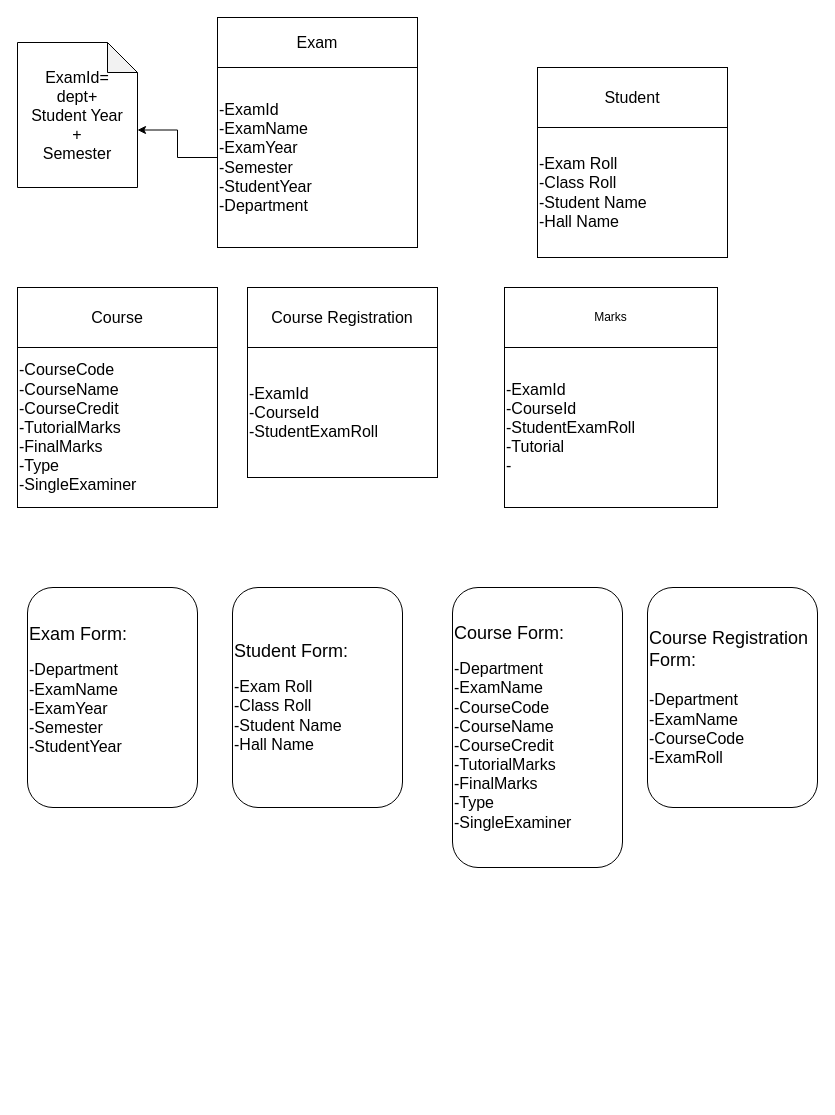
This is Untitled Diagram.drawio from Taher-Irfan/Algorithms, a draw.io file, before an edit. Source tidied: cells renumbered, new cells numbered last; positions are measured from the earlier drawing's top-left corner, leaving out a move shared by most shapes. Both pictures are drawn from the tidied source at 100%, with x=0, y=0 at pixel (17, 17).
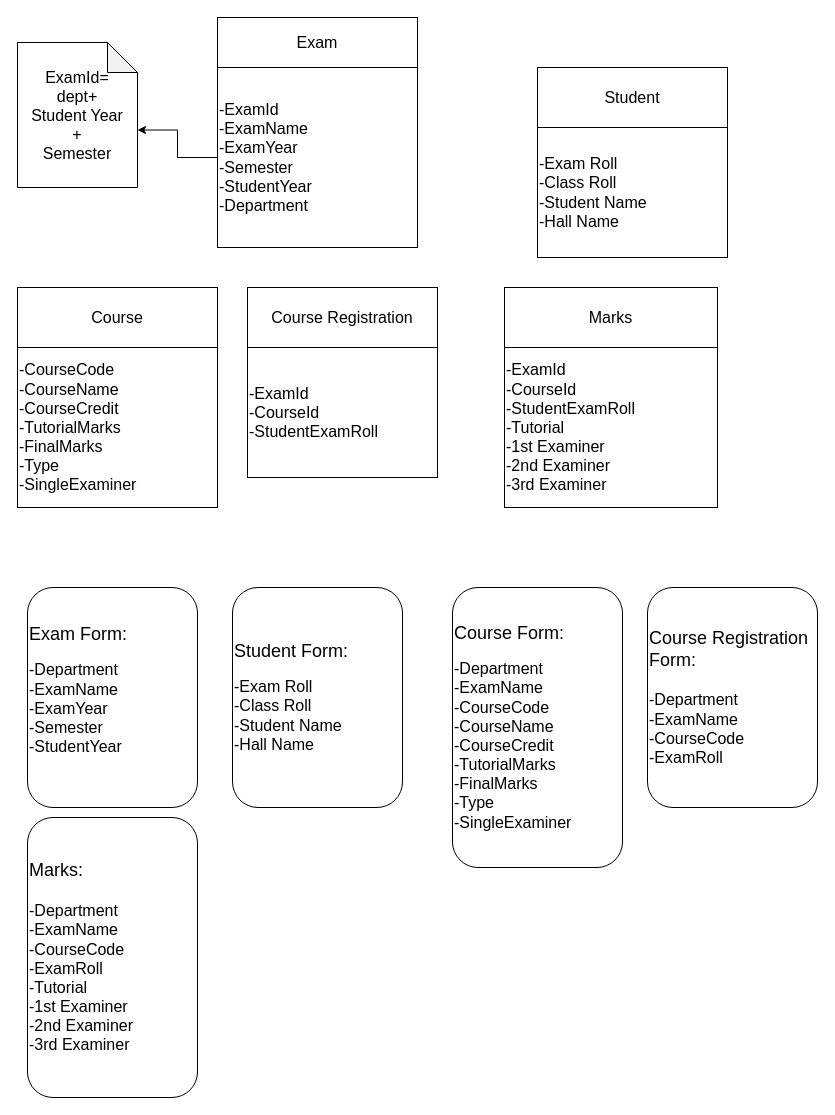
After the change.

The edit, as a diff of the source:
```diff
@@
 <mxGraphModel>
   <root>
     <mxCell id="0" />
     <mxCell id="1" parent="0" />
     <mxCell id="2" value="&lt;font style=&quot;font-size: 16px&quot;&gt;Exam&lt;/font&gt;" style="rounded=0;whiteSpace=wrap;html=1;" parent="1" vertex="1">
       <mxGeometry x="200" width="200" height="50" as="geometry" />
     </mxCell>
     <mxCell id="3" style="edgeStyle=orthogonalEdgeStyle;rounded=0;jettySize=auto;html=1;entryX=0;entryY=0;entryDx=120;entryDy=87.5;entryPerimeter=0;" parent="1" edge="1" source="4" target="5">
       <mxGeometry relative="1" as="geometry" />
     </mxCell>
     <mxCell id="4" value="&lt;font style=&quot;font-size: 16px&quot;&gt;-ExamId&lt;br&gt;-ExamName&lt;br&gt;-ExamYear&lt;br&gt;-Semester&lt;br&gt;-StudentYear&lt;br&gt;-Department&lt;br&gt;&lt;/font&gt;" style="rounded=0;whiteSpace=wrap;html=1;align=left;" parent="1" vertex="1">
       <mxGeometry x="200" y="50" width="200" height="180" as="geometry" />
     </mxCell>
     <mxCell id="5" value="&lt;span style=&quot;font-size: 16px ; text-align: left ; white-space: normal&quot;&gt;ExamId=&lt;br&gt;dept+&lt;br&gt;Student Year&lt;br&gt;+&lt;br&gt;Semester&lt;/span&gt;" style="shape=note;whiteSpace=wrap;html=1;backgroundOutline=1;darkOpacity=0.05;" parent="1" vertex="1">
       <mxGeometry y="25" width="120" height="145" as="geometry" />
     </mxCell>
     <mxCell id="6" value="&lt;font style=&quot;font-size: 16px&quot;&gt;Course&lt;/font&gt;" style="rounded=0;whiteSpace=wrap;html=1;" parent="1" vertex="1">
       <mxGeometry y="270" width="200" height="60" as="geometry" />
     </mxCell>
     <mxCell id="7" value="&lt;font style=&quot;font-size: 16px&quot;&gt;-CourseCode&lt;br&gt;-CourseName&lt;br&gt;-CourseCredit&lt;br&gt;-TutorialMarks&lt;br&gt;-FinalMarks&lt;br&gt;-Type&lt;br&gt;-SingleExaminer&lt;/font&gt;" style="rounded=0;whiteSpace=wrap;html=1;align=left;" parent="1" vertex="1">
       <mxGeometry y="330" width="200" height="160" as="geometry" />
     </mxCell>
     <mxCell id="8" value="&lt;font style=&quot;font-size: 16px&quot;&gt;Student&lt;/font&gt;" style="rounded=0;whiteSpace=wrap;html=1;" parent="1" vertex="1">
       <mxGeometry x="520" y="50" width="190" height="60" as="geometry" />
     </mxCell>
     <mxCell id="9" value="&lt;font style=&quot;font-size: 16px&quot;&gt;-Exam Roll&lt;br&gt;-Class Roll&lt;br&gt;-Student Name&lt;br&gt;-Hall Name&lt;/font&gt;" style="rounded=0;whiteSpace=wrap;html=1;align=left;" parent="1" vertex="1">
       <mxGeometry x="520" y="110" width="190" height="130" as="geometry" />
     </mxCell>
     <mxCell id="10" value="&lt;font style=&quot;font-size: 16px&quot;&gt;Course Registration&lt;/font&gt;" style="rounded=0;whiteSpace=wrap;html=1;" parent="1" vertex="1">
       <mxGeometry x="230" y="270" width="190" height="60" as="geometry" />
     </mxCell>
     <mxCell id="11" value="&lt;font style=&quot;font-size: 16px&quot;&gt;-ExamId&lt;br&gt;-CourseId&lt;br&gt;-StudentExamRoll&lt;br&gt;&lt;/font&gt;" style="rounded=0;whiteSpace=wrap;html=1;align=left;" parent="1" vertex="1">
       <mxGeometry x="230" y="330" width="190" height="130" as="geometry" />
     </mxCell>
     <mxCell id="12" value="&lt;font&gt;&lt;font style=&quot;font-size: 18px&quot;&gt;Exam Form:&lt;br&gt;&lt;/font&gt;&lt;br&gt;&lt;span style=&quot;font-size: 16px&quot;&gt;-Department&lt;/span&gt;&lt;br&gt;&lt;span style=&quot;font-size: 16px&quot;&gt;-ExamName&lt;/span&gt;&lt;br&gt;&lt;span style=&quot;font-size: 16px&quot;&gt;-ExamYear&lt;/span&gt;&lt;br&gt;&lt;span style=&quot;font-size: 16px&quot;&gt;-Semester&lt;/span&gt;&lt;br&gt;&lt;span style=&quot;font-size: 16px&quot;&gt;-StudentYear&lt;/span&gt;&lt;br&gt;&lt;br&gt;&lt;/font&gt;" style="rounded=1;whiteSpace=wrap;html=1;align=left;" parent="1" vertex="1">
       <mxGeometry x="10" y="570" width="170" height="220" as="geometry" />
     </mxCell>
     <mxCell id="13" value="&lt;font&gt;&lt;font style=&quot;font-size: 18px&quot;&gt;Student Form:&lt;br&gt;&lt;/font&gt;&lt;br&gt;&lt;span style=&quot;font-size: 16px&quot;&gt;-Exam Roll&lt;/span&gt;&lt;br style=&quot;font-size: 16px&quot;&gt;&lt;span style=&quot;font-size: 16px&quot;&gt;-Class Roll&lt;/span&gt;&lt;br style=&quot;font-size: 16px&quot;&gt;&lt;span style=&quot;font-size: 16px&quot;&gt;-Student Name&lt;/span&gt;&lt;br style=&quot;font-size: 16px&quot;&gt;&lt;span style=&quot;font-size: 16px&quot;&gt;-Hall Name&lt;/span&gt;&lt;br&gt;&lt;/font&gt;" style="rounded=1;whiteSpace=wrap;html=1;align=left;" parent="1" vertex="1">
       <mxGeometry x="215" y="570" width="170" height="220" as="geometry" />
     </mxCell>
     <mxCell id="14" style="text;html=1;align=left;verticalAlign=top;spacingTop=-4;" parent="1" vertex="1">
       <mxGeometry x="487" y="594" width="20" height="20" as="geometry" />
     </mxCell>
     <mxCell id="15" value="&lt;font&gt;&lt;font style=&quot;font-size: 18px&quot;&gt;Course Form:&lt;br&gt;&lt;/font&gt;&lt;br&gt;&lt;span style=&quot;font-size: 16px&quot;&gt;-Department&lt;br&gt;&lt;/span&gt;&lt;span style=&quot;font-size: 16px&quot;&gt;-ExamName&lt;/span&gt;&lt;span style=&quot;font-size: 16px&quot;&gt;&lt;br&gt;-CourseCode&lt;/span&gt;&lt;br style=&quot;font-size: 16px&quot;&gt;&lt;span style=&quot;font-size: 16px&quot;&gt;-CourseName&lt;/span&gt;&lt;br style=&quot;font-size: 16px&quot;&gt;&lt;span style=&quot;font-size: 16px&quot;&gt;-CourseCredit&lt;/span&gt;&lt;br style=&quot;font-size: 16px&quot;&gt;&lt;span style=&quot;font-size: 16px&quot;&gt;-TutorialMarks&lt;/span&gt;&lt;br style=&quot;font-size: 16px&quot;&gt;&lt;span style=&quot;font-size: 16px&quot;&gt;-FinalMarks&lt;/span&gt;&lt;br style=&quot;font-size: 16px&quot;&gt;&lt;span style=&quot;font-size: 16px&quot;&gt;-Type&lt;/span&gt;&lt;br style=&quot;font-size: 16px&quot;&gt;&lt;span style=&quot;font-size: 16px&quot;&gt;-SingleExaminer&lt;/span&gt;&lt;br&gt;&lt;/font&gt;" style="rounded=1;whiteSpace=wrap;html=1;align=left;" parent="1" vertex="1">
       <mxGeometry x="435" y="570" width="170" height="280" as="geometry" />
     </mxCell>
     <mxCell id="16" value="&lt;font style=&quot;font-size: 16px&quot;&gt;&lt;font style=&quot;font-size: 18px&quot;&gt;Course Registration Form:&lt;br&gt;&lt;/font&gt;&lt;br&gt;&lt;span style=&quot;font-size: 16px&quot;&gt;-Department&lt;br&gt;&lt;/span&gt;-ExamName&lt;br&gt;-CourseCode&lt;br&gt;-ExamRoll&lt;br&gt;&lt;/font&gt;" style="rounded=1;whiteSpace=wrap;html=1;align=left;" parent="1" vertex="1">
       <mxGeometry x="630" y="570" width="170" height="220" as="geometry" />
     </mxCell>
-    <mxCell id="17" value="Marks" style="rounded=0;whiteSpace=wrap;html=1;" parent="1" vertex="1">
+    <mxCell id="17" value="&lt;font style=&quot;font-size: 16px&quot;&gt;Marks&lt;/font&gt;" style="rounded=0;whiteSpace=wrap;html=1;" parent="1" vertex="1">
       <mxGeometry x="487" y="270" width="213" height="60" as="geometry" />
     </mxCell>
-    <mxCell id="18" value="&lt;font style=&quot;font-size: 16px&quot;&gt;-ExamId&lt;br&gt;-CourseId&lt;br&gt;-StudentExamRoll&lt;br&gt;-Tutorial&lt;br&gt;-&lt;br&gt;&lt;/font&gt;" style="rounded=0;whiteSpace=wrap;html=1;align=left;" parent="1" vertex="1">
+    <mxCell id="18" value="&lt;font style=&quot;font-size: 16px&quot;&gt;-ExamId&lt;br&gt;-CourseId&lt;br&gt;-StudentExamRoll&lt;br&gt;-Tutorial&lt;br&gt;-1st Examiner&lt;br&gt;-2nd Examiner&lt;br&gt;-3rd Examiner&lt;br&gt;&lt;/font&gt;" style="rounded=0;whiteSpace=wrap;html=1;align=left;" parent="1" vertex="1">
       <mxGeometry x="487" y="330" width="213" height="160" as="geometry" />
     </mxCell>
+    <mxCell id="19" value="&lt;font style=&quot;font-size: 16px&quot;&gt;&lt;font style=&quot;font-size: 18px&quot;&gt;Marks:&lt;br&gt;&lt;/font&gt;&lt;br&gt;&lt;span style=&quot;font-size: 16px&quot;&gt;-Department&lt;br&gt;&lt;/span&gt;-ExamName&lt;br&gt;-CourseCode&lt;br&gt;-ExamRoll&lt;br&gt;-Tutorial&lt;br&gt;-1st Examiner&lt;br&gt;-2nd Examiner&lt;br&gt;-3rd Examiner&lt;br&gt;&lt;/font&gt;" style="rounded=1;whiteSpace=wrap;html=1;align=left;" parent="1" vertex="1">
+      <mxGeometry x="10" y="800" width="170" height="280" as="geometry" />
+    </mxCell>
   </root>
 </mxGraphModel>
```
